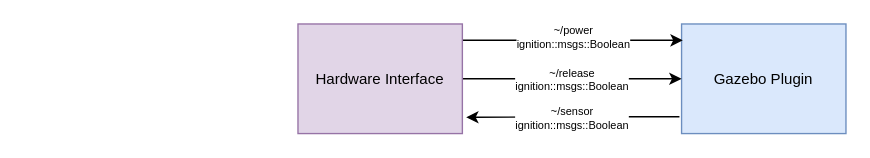
Teusner/Forssea_Report keeps this draw.io diagram as diagrams/sa_latch.drawio. Above is the earlier version. Source tidied: cells renumbered, new cells numbered last; positions are measured from the earlier drawing's top-left corner, leaving out a move shared by most shapes. Both pictures are drawn from the tidied source at 137%, with x=0, y=0 at pixel (297, 23).
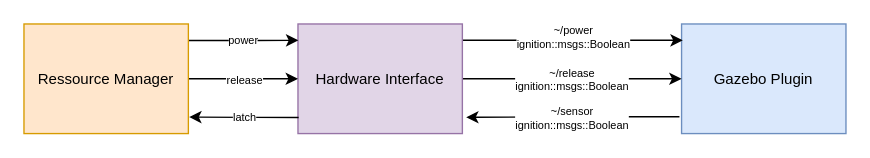
The same diagram, later.

Commit message (it also covers changes not shown here):
Updating sa_latch diagram

Unchanged cells that the change refers to:
```xml
<mxCell id="9" value="Hardware Interface" style="rounded=0;whiteSpace=wrap;html=1;fillColor=#e1d5e7;strokeColor=#9673a6;fontSize=11;" parent="1" vertex="1">
  <mxGeometry width="120" height="80" as="geometry" />
</mxCell>
```

Change to the diagram source:
```diff
@@
+    <mxCell id="10" style="edgeStyle=orthogonalEdgeStyle;rounded=0;jettySize=auto;html=1;exitX=1.002;exitY=0.151;exitDx=0;exitDy=0;entryX=0.002;entryY=0.149;entryDx=0;entryDy=0;exitPerimeter=0;entryPerimeter=0;" parent="1" edge="1" source="16" target="9">
+      <mxGeometry relative="1" as="geometry" />
+    </mxCell>
+    <mxCell id="11" value="power" style="edgeLabel;html=1;align=center;verticalAlign=middle;fontSize=8;" parent="10" vertex="1">
+      <mxGeometry x="-0.22" y="1" relative="1" as="geometry">
+        <mxPoint x="8" as="offset" />
+      </mxGeometry>
+    </mxCell>
+    <mxCell id="12" style="edgeStyle=orthogonalEdgeStyle;rounded=0;jettySize=auto;html=1;exitX=1;exitY=0.5;exitDx=0;exitDy=0;entryX=0;entryY=0.5;entryDx=0;entryDy=0;" parent="1" edge="1" source="16" target="9">
+      <mxGeometry relative="1" as="geometry" />
+    </mxCell>
+    <mxCell id="13" value="release" style="edgeLabel;html=1;align=center;verticalAlign=middle;fontSize=8;" parent="12" vertex="1">
+      <mxGeometry x="-0.08" y="1" relative="1" as="geometry">
+        <mxPoint x="3" y="1" as="offset" />
+      </mxGeometry>
+    </mxCell>
+    <mxCell id="14" style="edgeStyle=orthogonalEdgeStyle;rounded=0;jettySize=auto;html=1;exitX=0.004;exitY=0.853;exitDx=0;exitDy=0;entryX=1.005;entryY=0.849;entryDx=0;entryDy=0;entryPerimeter=0;exitPerimeter=0;" parent="1" edge="1" source="9" target="16">
+      <mxGeometry relative="1" as="geometry" />
+    </mxCell>
+    <mxCell id="15" value="latch" style="edgeLabel;html=1;align=center;verticalAlign=middle;fontSize=8;" parent="14" vertex="1">
+      <mxGeometry x="-0.15" y="-1" relative="1" as="geometry">
+        <mxPoint x="-6" as="offset" />
+      </mxGeometry>
+    </mxCell>
+    <mxCell id="16" value="Ressource Manager" style="rounded=0;whiteSpace=wrap;html=1;fillColor=#ffe6cc;strokeColor=#d79b00;fontSize=11;" parent="1" vertex="1">
+      <mxGeometry x="-200" width="120" height="80" as="geometry" />
+    </mxCell>
```
